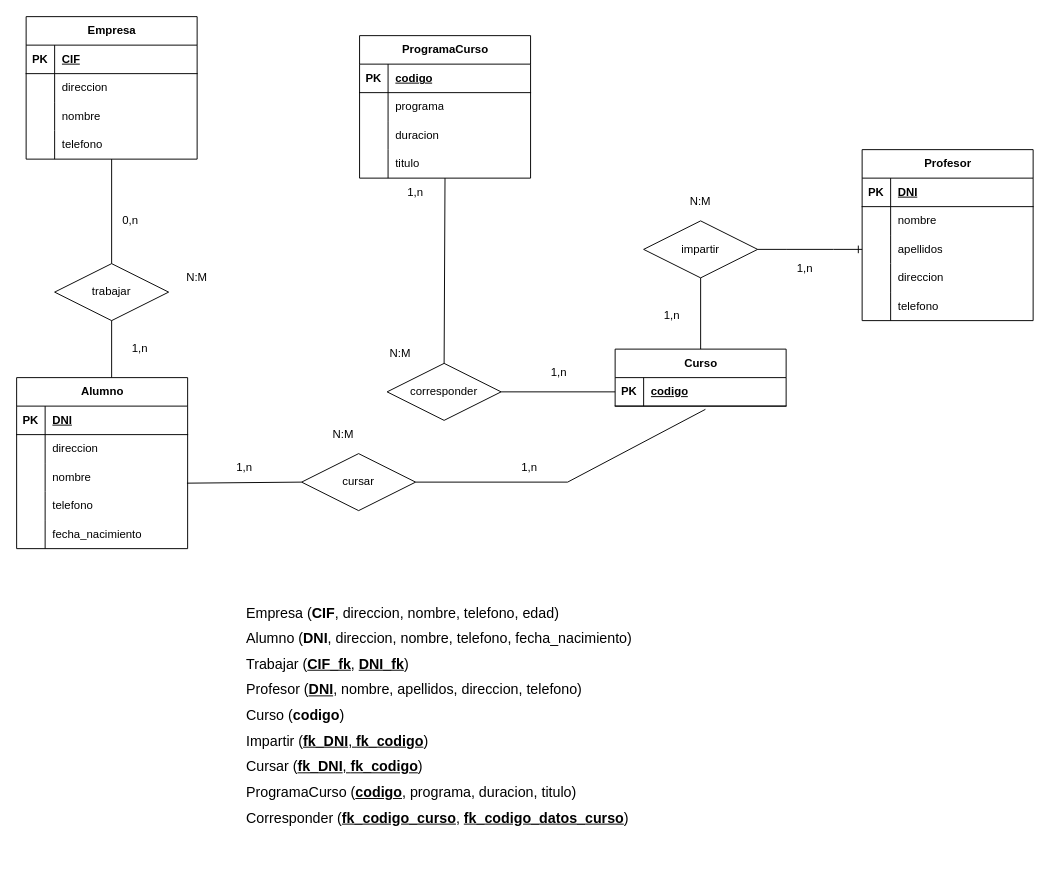
Daninuro/diagrames-cvf-dn-mpl-n-11102023 keeps this draw.io diagram as Ejercicio02.drawio. Above is the earlier version. Source tidied: cells renumbered, new cells numbered last; positions are measured from the earlier drawing's top-left corner, leaving out a move shared by most shapes. Both pictures are drawn from the tidied source at 95%, with x=0, y=0 at pixel (16, 16).
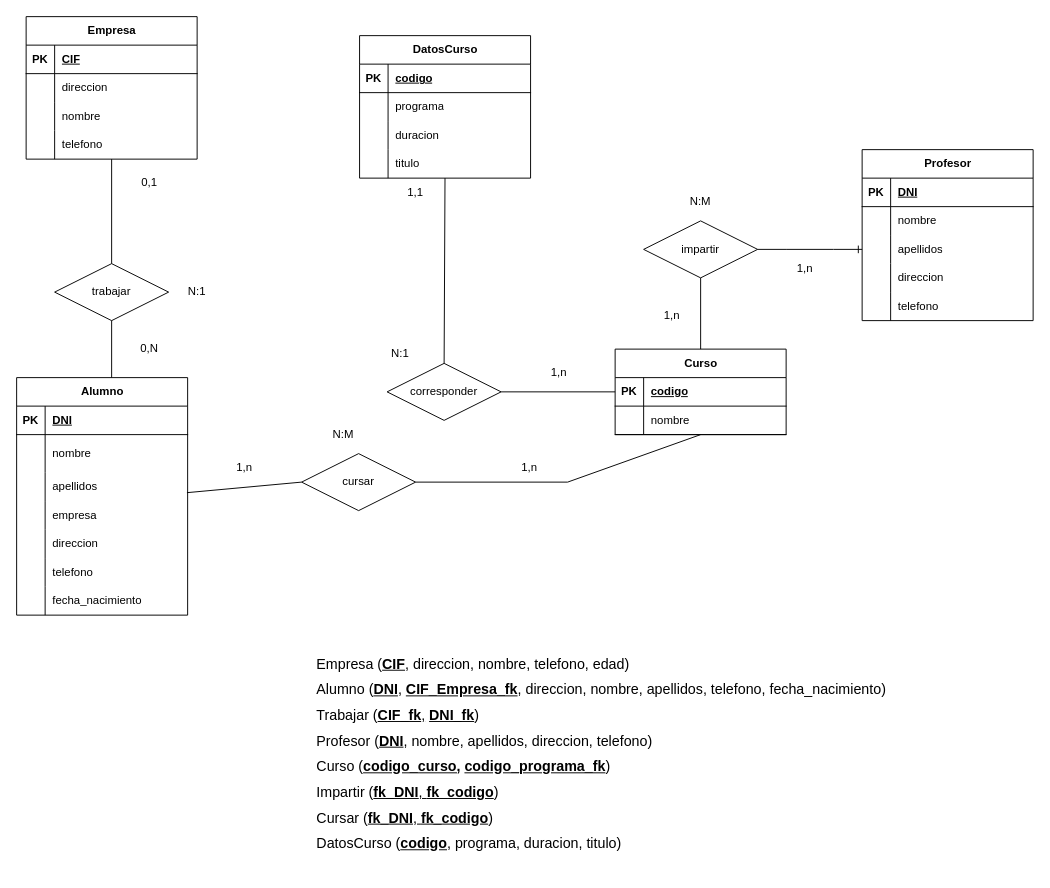
The same diagram, later.

Unchanged cells that the change refers to:
```xml
<mxCell id="34" style="shape=tableRow;horizontal=0;startSize=0;swimlaneHead=0;swimlaneBody=0;fillColor=none;points=[[0,0.5],[1,0.5]];portConstraint=eastwest;top=0;left=0;right=0;bottom=1;" parent="33" vertex="1">
  <mxGeometry y="30" width="180" height="30" as="geometry" />
</mxCell>
<mxCell id="56" value="cursar" style="shape=rhombus;perimeter=rhombusPerimeter;whiteSpace=wrap;html=1;align=center;" parent="1" vertex="1">
  <mxGeometry x="300" y="460" width="120" height="60" as="geometry" />
</mxCell>
```

The edit, as a diff of the source:
```diff
@@
     <mxCell id="33" value="Curso" style="shape=table;startSize=30;childLayout=tableLayout;rowLines=0;fontStyle=1;align=center;html=1;" parent="1" vertex="1">
-      <mxGeometry x="630" y="350" width="180" height="60" as="geometry" />
+      <mxGeometry x="630" y="350" width="180" height="90" as="geometry" />
     </mxCell>
@@
+    <mxCell id="89" style="shape=tableRow;horizontal=0;startSize=0;swimlaneHead=0;swimlaneBody=0;fillColor=none;top=0;left=0;right=0;bottom=1;" parent="33" vertex="1">
+      <mxGeometry y="60" width="180" height="30" as="geometry" />
+    </mxCell>
+    <mxCell id="90" style="shape=partialRectangle;fillColor=none;top=0;left=0;bottom=0;right=0;fontStyle=1;overflow=hidden;whiteSpace=wrap;html=1;" parent="89" vertex="1">
+      <mxGeometry width="30" height="30" as="geometry" />
+    </mxCell>
+    <mxCell id="91" style="shape=partialRectangle;fillColor=none;top=0;left=0;bottom=0;right=0;align=left;spacingLeft=6;fontStyle=5;overflow=hidden;whiteSpace=wrap;html=1;" parent="89" vertex="1">
+      <mxGeometry x="30" width="150" height="30" as="geometry" />
+    </mxCell>
     <mxCell id="37" value="Alumno" style="shape=table;startSize=30;childLayout=tableLayout;rowLines=0;fontStyle=1;align=center;html=1;" parent="1" vertex="1">
-      <mxGeometry y="380" width="180" height="180" as="geometry" />
+      <mxGeometry y="380" width="180" height="250" as="geometry" />
     </mxCell>
@@
     <mxCell id="41" style="shape=tableRow;horizontal=0;startSize=0;swimlaneHead=0;swimlaneBody=0;fillColor=none;top=0;left=0;right=0;bottom=0;" parent="37" vertex="1">
-      <mxGeometry y="60" width="180" height="30" as="geometry" />
+      <mxGeometry y="60" width="180" height="40" as="geometry" />
     </mxCell>
     <mxCell id="42" style="shape=partialRectangle;fillColor=none;top=0;left=0;bottom=0;right=0;overflow=hidden;whiteSpace=wrap;html=1;" parent="41" vertex="1">
-      <mxGeometry width="30" height="30" as="geometry" />
+      <mxGeometry width="30" height="40" as="geometry" />
     </mxCell>
-    <mxCell id="43" value="direccion" style="shape=partialRectangle;fillColor=none;top=0;left=0;bottom=0;right=0;align=left;spacingLeft=6;overflow=hidden;whiteSpace=wrap;html=1;" parent="41" vertex="1">
-      <mxGeometry x="30" width="150" height="30" as="geometry" />
+    <mxCell id="43" value="nombre" style="shape=partialRectangle;fillColor=none;top=0;left=0;bottom=0;right=0;align=left;spacingLeft=6;overflow=hidden;whiteSpace=wrap;html=1;" parent="41" vertex="1">
+      <mxGeometry x="30" width="150" height="40" as="geometry" />
     </mxCell>
     <mxCell id="44" style="shape=tableRow;horizontal=0;startSize=0;swimlaneHead=0;swimlaneBody=0;fillColor=none;points=[[0,0.5],[1,0.5]];portConstraint=eastwest;top=0;left=0;right=0;bottom=0;" parent="37" vertex="1">
-      <mxGeometry y="90" width="180" height="30" as="geometry" />
+      <mxGeometry y="100" width="180" height="30" as="geometry" />
     </mxCell>
@@
-    <mxCell id="46" value="nombre" style="shape=partialRectangle;fillColor=none;top=0;left=0;bottom=0;right=0;align=left;spacingLeft=6;overflow=hidden;whiteSpace=wrap;html=1;" parent="44" vertex="1">
+    <mxCell id="46" value="apellidos" style="shape=partialRectangle;fillColor=none;top=0;left=0;bottom=0;right=0;align=left;spacingLeft=6;overflow=hidden;whiteSpace=wrap;html=1;" parent="44" vertex="1">
       <mxGeometry x="30" width="150" height="30" as="geometry" />
     </mxCell>
     <mxCell id="47" style="shape=tableRow;horizontal=0;startSize=0;swimlaneHead=0;swimlaneBody=0;fillColor=none;top=0;left=0;right=0;bottom=0;" parent="37" vertex="1">
-      <mxGeometry y="120" width="180" height="30" as="geometry" />
+      <mxGeometry y="130" width="180" height="30" as="geometry" />
     </mxCell>
@@
-    <mxCell id="49" value="telefono" style="shape=partialRectangle;fillColor=none;top=0;left=0;bottom=0;right=0;align=left;spacingLeft=6;overflow=hidden;whiteSpace=wrap;html=1;" parent="47" vertex="1">
+    <mxCell id="49" value="empresa" style="shape=partialRectangle;fillColor=none;top=0;left=0;bottom=0;right=0;align=left;spacingLeft=6;overflow=hidden;whiteSpace=wrap;html=1;" parent="47" vertex="1">
       <mxGeometry x="30" width="150" height="30" as="geometry" />
     </mxCell>
     <mxCell id="50" style="shape=tableRow;horizontal=0;startSize=0;swimlaneHead=0;swimlaneBody=0;fillColor=none;top=0;left=0;right=0;bottom=0;" parent="37" vertex="1">
-      <mxGeometry y="150" width="180" height="30" as="geometry" />
+      <mxGeometry y="160" width="180" height="30" as="geometry" />
     </mxCell>
@@
-    <mxCell id="52" value="fecha_nacimiento" style="shape=partialRectangle;fillColor=none;top=0;left=0;bottom=0;right=0;align=left;spacingLeft=6;overflow=hidden;whiteSpace=wrap;html=1;" parent="50" vertex="1">
+    <mxCell id="52" value="direccion" style="shape=partialRectangle;fillColor=none;top=0;left=0;bottom=0;right=0;align=left;spacingLeft=6;overflow=hidden;whiteSpace=wrap;html=1;" parent="50" vertex="1">
       <mxGeometry x="30" width="150" height="30" as="geometry" />
     </mxCell>
+    <mxCell id="92" style="shape=tableRow;horizontal=0;startSize=0;swimlaneHead=0;swimlaneBody=0;fillColor=none;top=0;left=0;right=0;bottom=0;" parent="37" vertex="1">
+      <mxGeometry y="190" width="180" height="30" as="geometry" />
+    </mxCell>
+    <mxCell id="93" style="shape=partialRectangle;fillColor=none;top=0;left=0;bottom=0;right=0;overflow=hidden;whiteSpace=wrap;html=1;" parent="92" vertex="1">
+      <mxGeometry width="30" height="30" as="geometry" />
+    </mxCell>
+    <mxCell id="94" value="telefono" style="shape=partialRectangle;fillColor=none;top=0;left=0;bottom=0;right=0;align=left;spacingLeft=6;overflow=hidden;whiteSpace=wrap;html=1;" parent="92" vertex="1">
+      <mxGeometry x="30" width="150" height="30" as="geometry" />
+    </mxCell>
+    <mxCell id="95" style="shape=tableRow;horizontal=0;startSize=0;swimlaneHead=0;swimlaneBody=0;fillColor=none;top=0;left=0;right=0;bottom=0;" parent="37" vertex="1">
+      <mxGeometry y="220" width="180" height="30" as="geometry" />
+    </mxCell>
+    <mxCell id="96" style="shape=partialRectangle;fillColor=none;top=0;left=0;bottom=0;right=0;overflow=hidden;whiteSpace=wrap;html=1;" parent="95" vertex="1">
+      <mxGeometry width="30" height="30" as="geometry" />
+    </mxCell>
+    <mxCell id="97" value="fecha_nacimiento" style="shape=partialRectangle;fillColor=none;top=0;left=0;bottom=0;right=0;align=left;spacingLeft=6;overflow=hidden;whiteSpace=wrap;html=1;" parent="95" vertex="1">
+      <mxGeometry x="30" width="150" height="30" as="geometry" />
+    </mxCell>
-    <mxCell id="53" value="1,n" style="text;html=1;strokeColor=none;fillColor=none;align=center;verticalAlign=middle;whiteSpace=wrap;rounded=0;" parent="1" vertex="1">
+    <mxCell id="53" value="1,1" style="text;html=1;strokeColor=none;fillColor=none;align=center;verticalAlign=middle;whiteSpace=wrap;rounded=0;" parent="1" vertex="1">
       <mxGeometry x="390" y="170" width="60" height="30" as="geometry" />
     </mxCell>
-    <mxCell id="54" value="&lt;div style=&quot;text-align: justify; font-size: 15px; line-height: 180%;&quot;&gt;&lt;span style=&quot;background-color: initial;&quot;&gt;&lt;font style=&quot;font-size: 15px;&quot;&gt;&lt;br&gt;&lt;/font&gt;&lt;/span&gt;&lt;/div&gt;&lt;div style=&quot;text-align: justify; font-size: 15px; line-height: 180%;&quot;&gt;Empresa (&lt;b&gt;CIF&lt;/b&gt;, direccion, nombre, telefono, edad)&lt;span style=&quot;background-color: initial;&quot;&gt;&lt;font style=&quot;font-size: 15px;&quot;&gt;&lt;br&gt;&lt;/font&gt;&lt;/span&gt;&lt;/div&gt;&lt;div style=&quot;text-align: justify; font-size: 15px; line-height: 180%;&quot;&gt;Alumno (&lt;b&gt;DNI&lt;/b&gt;, direccion, nombre, telefono, fecha_nacimiento)&lt;br&gt;&lt;/div&gt;&lt;div style=&quot;text-align: justify; font-size: 15px; line-height: 180%;&quot;&gt;Trabajar (&lt;u&gt;&lt;b&gt;CIF_fk&lt;/b&gt;,&lt;/u&gt;&amp;nbsp;&lt;u style=&quot;&quot;&gt;&lt;b&gt;DNI_fk&lt;/b&gt;&lt;/u&gt;)&lt;br&gt;&lt;/div&gt;&lt;div style=&quot;text-align: justify; font-size: 15px; line-height: 180%;&quot;&gt;&lt;span style=&quot;background-color: initial;&quot;&gt;&lt;font style=&quot;font-size: 15px;&quot;&gt;Profesor (&lt;b style=&quot;&quot;&gt;&lt;u&gt;DNI&lt;/u&gt;&lt;/b&gt;, nombre, apellidos, direccion, telefono)&lt;/font&gt;&lt;/span&gt;&lt;/div&gt;&lt;div style=&quot;text-align: justify; font-size: 15px; line-height: 180%;&quot;&gt;&lt;span style=&quot;background-color: initial;&quot;&gt;&lt;font style=&quot;font-size: 15px;&quot;&gt;Curso (&lt;b style=&quot;&quot;&gt;codigo&lt;/b&gt;)&lt;/font&gt;&lt;/span&gt;&lt;/div&gt;&lt;div style=&quot;text-align: justify; font-size: 15px; line-height: 180%;&quot;&gt;Impartir (&lt;u&gt;&lt;b&gt;fk_DNI&lt;/b&gt;, &lt;b&gt;fk_codigo&lt;/b&gt;&lt;/u&gt;)&lt;/div&gt;&lt;div style=&quot;text-align: justify; font-size: 15px; line-height: 180%;&quot;&gt;Cursar (&lt;u&gt;&lt;b&gt;fk_DNI&lt;/b&gt;, &lt;b&gt;fk_codigo&lt;/b&gt;&lt;/u&gt;)&lt;br&gt;&lt;/div&gt;&lt;div style=&quot;text-align: justify; font-size: 15px; line-height: 180%;&quot;&gt;&lt;span style=&quot;background-color: initial;&quot;&gt;&lt;font style=&quot;font-size: 15px;&quot;&gt;ProgramaCurso (&lt;u style=&quot;&quot;&gt;&lt;b&gt;codigo&lt;/b&gt;&lt;/u&gt;, programa, duracion, titulo)&lt;/font&gt;&lt;/span&gt;&lt;/div&gt;&lt;div style=&quot;text-align: justify; font-size: 15px; line-height: 180%;&quot;&gt;&lt;span style=&quot;background-color: initial;&quot;&gt;&lt;font style=&quot;font-size: 15px;&quot;&gt;Corresponder (&lt;u&gt;&lt;b&gt;fk_codigo_curso&lt;/b&gt;,&lt;/u&gt; &lt;u&gt;&lt;b&gt;fk_codigo_datos_curso&lt;/b&gt;&lt;/u&gt;)&lt;/font&gt;&lt;/span&gt;&lt;/div&gt;&lt;div style=&quot;text-align: justify; font-size: 15px; line-height: 180%;&quot;&gt;&lt;span style=&quot;background-color: initial;&quot;&gt;&lt;font style=&quot;font-size: 15px;&quot;&gt;&amp;nbsp;&lt;/font&gt;&lt;/span&gt;&lt;/div&gt;" style="text;html=1;strokeColor=none;fillColor=none;align=center;verticalAlign=middle;whiteSpace=wrap;rounded=0;" parent="1" vertex="1">
-      <mxGeometry x="180" y="590" width="530" height="290" as="geometry" />
+    <mxCell id="54" value="&lt;div style=&quot;font-size: 15px; line-height: 180%;&quot;&gt;&lt;span style=&quot;background-color: initial;&quot;&gt;Empresa (&lt;/span&gt;&lt;span style=&quot;background-color: initial;&quot;&gt;&lt;u&gt;&lt;b&gt;CIF&lt;/b&gt;&lt;/u&gt;&lt;/span&gt;&lt;span style=&quot;background-color: initial;&quot;&gt;, direccion, nombre, telefono, edad)&lt;/span&gt;&lt;br&gt;&lt;/div&gt;&lt;div style=&quot;font-size: 15px; line-height: 180%;&quot;&gt;Alumno (&lt;b&gt;&lt;u&gt;DNI&lt;/u&gt;&lt;/b&gt;, &lt;b&gt;&lt;u&gt;CIF_Empresa_fk&lt;/u&gt;&lt;/b&gt;, direccion, nombre, apellidos, telefono, fecha_nacimiento)&lt;br&gt;&lt;/div&gt;&lt;div style=&quot;font-size: 15px; line-height: 180%;&quot;&gt;Trabajar (&lt;u&gt;&lt;b&gt;CIF_fk&lt;/b&gt;,&lt;/u&gt;&amp;nbsp;&lt;u style=&quot;&quot;&gt;&lt;b&gt;DNI_fk&lt;/b&gt;&lt;/u&gt;)&lt;br&gt;&lt;/div&gt;&lt;div style=&quot;font-size: 15px; line-height: 180%;&quot;&gt;&lt;span style=&quot;background-color: initial;&quot;&gt;&lt;font style=&quot;font-size: 15px;&quot;&gt;Profesor (&lt;b style=&quot;&quot;&gt;&lt;u&gt;DNI&lt;/u&gt;&lt;/b&gt;, nombre, apellidos, direccion, telefono)&lt;/font&gt;&lt;/span&gt;&lt;/div&gt;&lt;div style=&quot;font-size: 15px; line-height: 180%;&quot;&gt;&lt;span style=&quot;background-color: initial;&quot;&gt;&lt;font style=&quot;font-size: 15px;&quot;&gt;Curso (&lt;u style=&quot;font-weight: bold;&quot;&gt;codigo_curso,&lt;/u&gt;&amp;nbsp;&lt;b&gt;&lt;u&gt;codigo_programa_fk&lt;/u&gt;&lt;/b&gt;)&lt;/font&gt;&lt;/span&gt;&lt;/div&gt;&lt;div style=&quot;font-size: 15px; line-height: 180%;&quot;&gt;Impartir (&lt;u&gt;&lt;b&gt;fk_DNI&lt;/b&gt;, &lt;b&gt;fk_codigo&lt;/b&gt;&lt;/u&gt;)&lt;/div&gt;&lt;div style=&quot;font-size: 15px; line-height: 180%;&quot;&gt;Cursar (&lt;u&gt;&lt;b&gt;fk_DNI&lt;/b&gt;, &lt;b&gt;fk_codigo&lt;/b&gt;&lt;/u&gt;)&lt;br&gt;&lt;/div&gt;&lt;div style=&quot;font-size: 15px; line-height: 180%;&quot;&gt;&lt;span style=&quot;background-color: initial;&quot;&gt;&lt;font style=&quot;font-size: 15px;&quot;&gt;DatosCurso (&lt;u style=&quot;&quot;&gt;&lt;b&gt;codigo&lt;/b&gt;&lt;/u&gt;, programa, duracion, titulo)&lt;/font&gt;&lt;/span&gt;&lt;span style=&quot;background-color: initial;&quot;&gt;&amp;nbsp;&lt;/span&gt;&lt;/div&gt;" style="text;html=1;strokeColor=none;fillColor=none;align=left;verticalAlign=middle;whiteSpace=wrap;rounded=0;" parent="1" vertex="1">
+      <mxGeometry x="314" y="650" width="616" height="250" as="geometry" />
     </mxCell>
@@
-    <mxCell id="58" value="ProgramaCurso" style="shape=table;startSize=30;childLayout=tableLayout;rowLines=0;fontStyle=1;align=center;html=1;" parent="1" vertex="1">
+    <mxCell id="58" value="DatosCurso" style="shape=table;startSize=30;childLayout=tableLayout;rowLines=0;fontStyle=1;align=center;html=1;" parent="1" vertex="1">
       <mxGeometry x="361" y="20" width="180" height="150" as="geometry" />
     </mxCell>
@@
-    <mxCell id="79" style="endArrow=none;html=1;rounded=0;entryX=0.528;entryY=1.113;entryDx=0;entryDy=0;exitX=1;exitY=0.5;exitDx=0;exitDy=0;entryPerimeter=0;" parent="1" edge="1" source="56" target="34">
+    <mxCell id="79" style="endArrow=none;html=1;rounded=0;exitX=1;exitY=0.5;exitDx=0;exitDy=0;" parent="1" edge="1" source="56">
       <mxGeometry relative="1" as="geometry">
+        <mxPoint x="720" y="440" as="targetPoint" />
         <Array as="points">
           <mxPoint x="580" y="490" />
         </Array>
       </mxGeometry>
     </mxCell>
@@
-    <mxCell id="81" value="1,n" style="text;html=1;strokeColor=none;fillColor=none;align=center;verticalAlign=middle;whiteSpace=wrap;rounded=0;" parent="1" vertex="1">
-      <mxGeometry x="100" y="335" width="60" height="30" as="geometry" />
+    <mxCell id="81" value="0,N" style="text;html=1;strokeColor=none;fillColor=none;align=center;verticalAlign=middle;whiteSpace=wrap;rounded=0;" parent="1" vertex="1">
+      <mxGeometry x="110" y="335" width="60" height="30" as="geometry" />
     </mxCell>
-    <mxCell id="82" value="0,n" style="text;html=1;strokeColor=none;fillColor=none;align=center;verticalAlign=middle;whiteSpace=wrap;rounded=0;" parent="1" vertex="1">
-      <mxGeometry x="90" y="200" width="60" height="30" as="geometry" />
+    <mxCell id="82" value="0,1" style="text;html=1;strokeColor=none;fillColor=none;align=center;verticalAlign=middle;whiteSpace=wrap;rounded=0;" parent="1" vertex="1">
+      <mxGeometry x="110" y="160" width="60" height="30" as="geometry" />
     </mxCell>
@@
-    <mxCell id="86" value="N:M" style="text;html=1;strokeColor=none;fillColor=none;align=center;verticalAlign=middle;whiteSpace=wrap;rounded=0;" parent="1" vertex="1">
-      <mxGeometry x="160" y="260" width="60" height="30" as="geometry" />
+    <mxCell id="86" value="N:1" style="text;html=1;strokeColor=none;fillColor=none;align=center;verticalAlign=middle;whiteSpace=wrap;rounded=0;" parent="1" vertex="1">
+      <mxGeometry x="160" y="275" width="60" height="30" as="geometry" />
     </mxCell>
-    <mxCell id="87" value="N:M" style="text;html=1;strokeColor=none;fillColor=none;align=center;verticalAlign=middle;whiteSpace=wrap;rounded=0;" parent="1" vertex="1">
+    <mxCell id="87" value="N:1" style="text;html=1;strokeColor=none;fillColor=none;align=center;verticalAlign=middle;whiteSpace=wrap;rounded=0;" parent="1" vertex="1">
       <mxGeometry x="374" y="340" width="60" height="30" as="geometry" />
     </mxCell>
@@
+    <mxCell id="98" value="nombre" style="shape=partialRectangle;fillColor=none;top=0;left=0;bottom=0;right=0;align=left;spacingLeft=6;overflow=hidden;whiteSpace=wrap;html=1;" parent="1" vertex="1">
+      <mxGeometry x="660" y="410" width="150" height="30" as="geometry" />
+    </mxCell>
```
